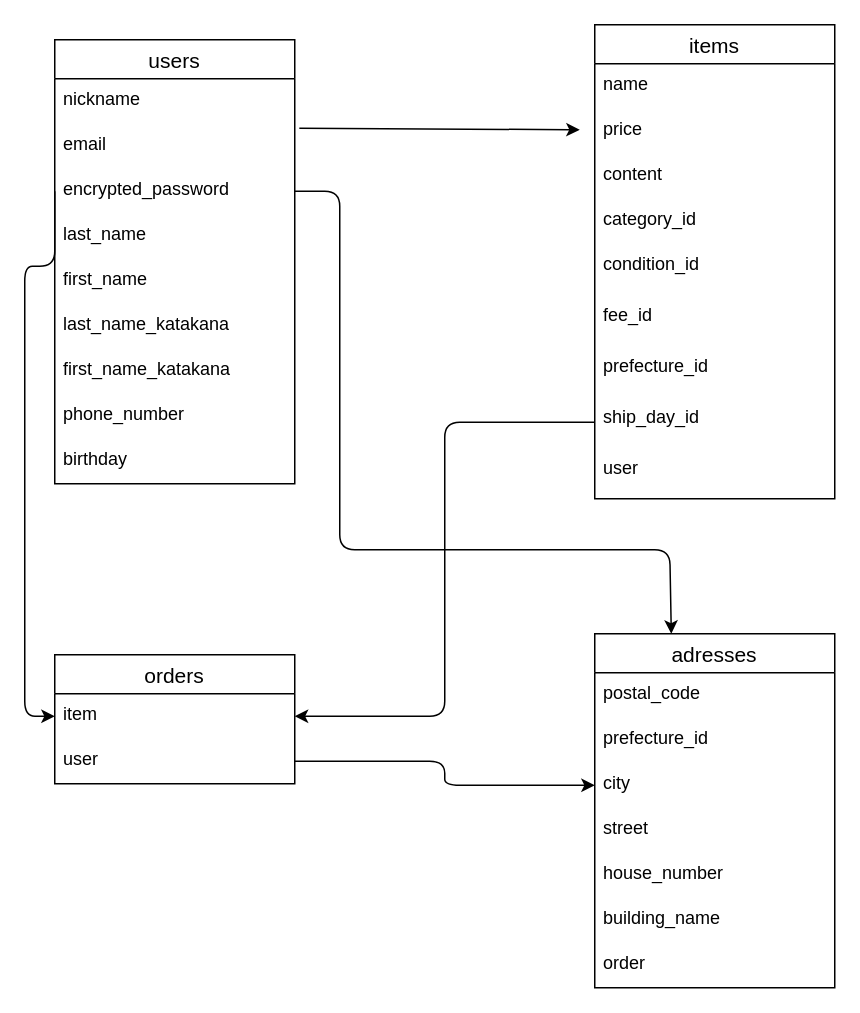
Before: furima.dio in wiz-program/furima-39372, a draw.io diagram. Source tidied: cells renumbered, new cells numbered last; positions are measured from the earlier drawing's top-left corner, leaving out a move shared by most shapes. Both pictures are drawn from the tidied source at 150%, with x=0, y=0 at pixel (24, 24).
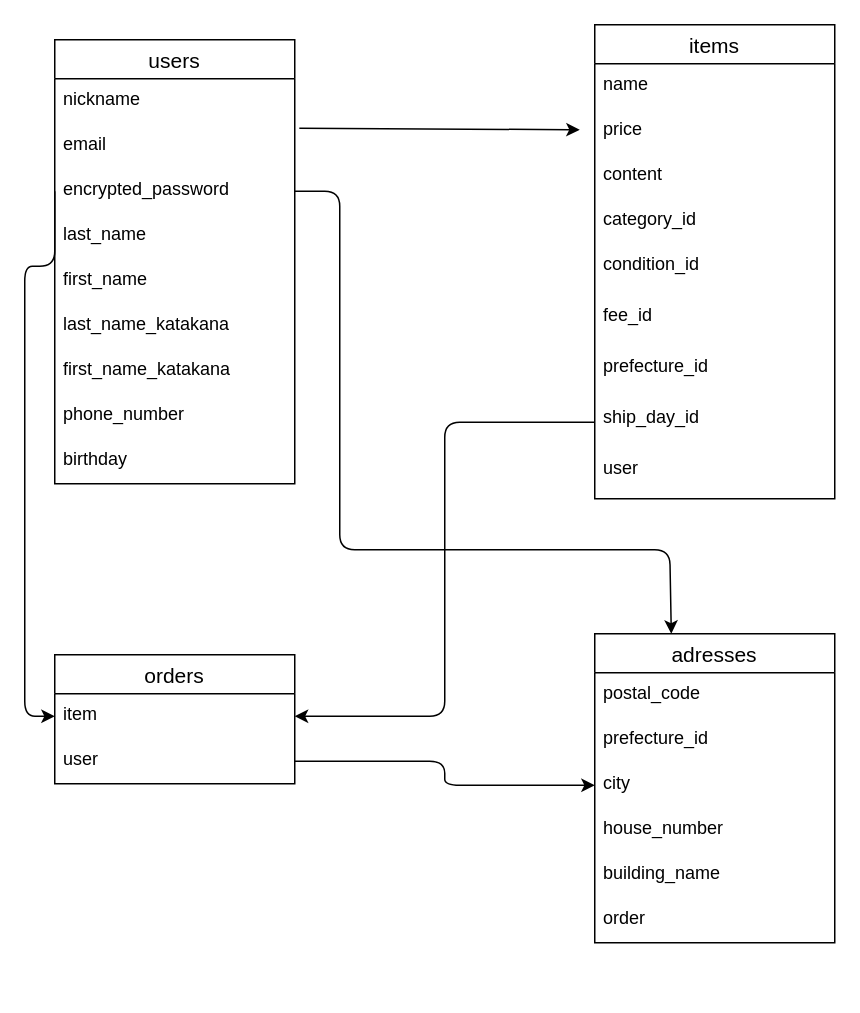
Above is the later version.

What changed in the source:
```diff
@@
     <mxCell id="26" value="adresses" style="swimlane;fontStyle=0;horizontal=1;startSize=26;align=center;fontSize=14;" parent="1" vertex="1">
-      <mxGeometry x="380" y="406" width="160" height="236" as="geometry" />
+      <mxGeometry x="380" y="406" width="160" height="206" as="geometry" />
     </mxCell>
@@
-    <mxCell id="30" value="street" style="text;strokeColor=none;fillColor=none;spacingLeft=4;spacingRight=4;overflow=hidden;fontSize=12;" parent="26" vertex="1">
-      <mxGeometry y="116" width="160" height="30" as="geometry" />
-    </mxCell>
     <mxCell id="31" value="house_number" style="text;strokeColor=none;fillColor=none;spacingLeft=4;spacingRight=4;overflow=hidden;fontSize=12;" parent="26" vertex="1">
-      <mxGeometry y="146" width="160" height="30" as="geometry" />
+      <mxGeometry y="116" width="160" height="30" as="geometry" />
     </mxCell>
     <mxCell id="32" value="building_name" style="text;strokeColor=none;fillColor=none;spacingLeft=4;spacingRight=4;overflow=hidden;fontSize=12;" parent="26" vertex="1">
-      <mxGeometry y="176" width="160" height="30" as="geometry" />
+      <mxGeometry y="146" width="160" height="30" as="geometry" />
     </mxCell>
     <mxCell id="33" value="order" style="text;strokeColor=none;fillColor=none;spacingLeft=4;spacingRight=4;overflow=hidden;fontSize=12;" parent="26" vertex="1">
-      <mxGeometry y="206" width="160" height="30" as="geometry" />
+      <mxGeometry y="176" width="160" height="30" as="geometry" />
     </mxCell>
```
